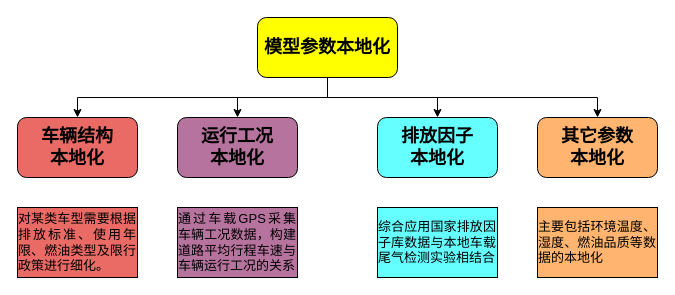
The draw.io diagram 模型参数本地化.drawio in WienWong/Misc, before the edit. Source tidied: cells renumbered, new cells numbered last; positions are measured from the earlier drawing's top-left corner, leaving out a move shared by most shapes. Both pictures are drawn from the tidied source at 100%, with x=0, y=0 at pixel (17, 17).
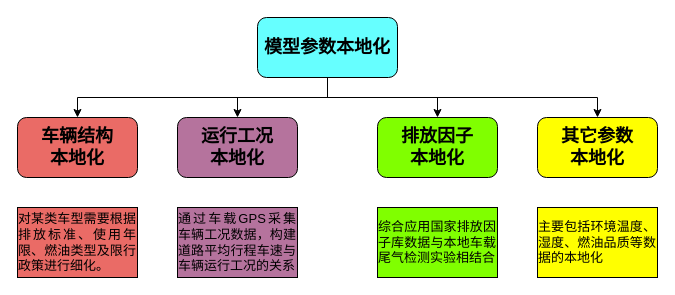
The same diagram, later.

Commit message (it also covers changes not shown here):
Update 模型参数本地化.drawio

The edit, as a diff of the source:
```diff
@@
 <mxGraphModel>
   <root>
     <mxCell id="0" />
     <mxCell id="1" parent="0" />
     <mxCell id="2" style="edgeStyle=orthogonalEdgeStyle;rounded=0;jettySize=auto;html=1;exitX=0.5;exitY=1;exitDx=0;exitDy=0;entryX=0.5;entryY=0;entryDx=0;entryDy=0;" parent="1" edge="1" source="6" target="7">
       <mxGeometry relative="1" as="geometry" />
     </mxCell>
     <mxCell id="3" style="edgeStyle=orthogonalEdgeStyle;rounded=0;jettySize=auto;html=1;exitX=0.5;exitY=1;exitDx=0;exitDy=0;entryX=0.5;entryY=0;entryDx=0;entryDy=0;" parent="1" edge="1" source="6" target="10">
       <mxGeometry relative="1" as="geometry" />
     </mxCell>
     <mxCell id="4" style="edgeStyle=orthogonalEdgeStyle;rounded=0;jettySize=auto;html=1;exitX=0.5;exitY=1;exitDx=0;exitDy=0;entryX=0.5;entryY=0;entryDx=0;entryDy=0;" parent="1" edge="1" source="6" target="9">
       <mxGeometry relative="1" as="geometry" />
     </mxCell>
     <mxCell id="5" style="edgeStyle=orthogonalEdgeStyle;rounded=0;jettySize=auto;html=1;exitX=0.5;exitY=1;exitDx=0;exitDy=0;entryX=0.5;entryY=0;entryDx=0;entryDy=0;" parent="1" edge="1" source="6" target="8">
       <mxGeometry relative="1" as="geometry" />
     </mxCell>
-    <mxCell id="6" value="&lt;b&gt;&lt;font style=&quot;font-size: 18px&quot;&gt;模型参数本地化&lt;/font&gt;&lt;/b&gt;" style="rounded=1;whiteSpace=wrap;html=1;fillColor=#FFFF00;" parent="1" vertex="1">
+    <mxCell id="6" value="&lt;b&gt;&lt;font style=&quot;font-size: 18px&quot;&gt;模型参数本地化&lt;/font&gt;&lt;/b&gt;" style="rounded=1;whiteSpace=wrap;html=1;fillColor=#66FFFF;" parent="1" vertex="1">
       <mxGeometry x="240" width="140" height="60" as="geometry" />
     </mxCell>
     <mxCell id="7" value="&lt;font style=&quot;font-size: 18px&quot;&gt;&lt;b&gt;车辆结构&lt;br&gt;本地化&lt;/b&gt;&lt;/font&gt;" style="rounded=1;whiteSpace=wrap;html=1;fillColor=#EA6B66;" parent="1" vertex="1">
       <mxGeometry y="100" width="120" height="60" as="geometry" />
     </mxCell>
     <mxCell id="8" value="&lt;font style=&quot;font-size: 18px&quot;&gt;&lt;b&gt;运行工况&lt;br&gt;本地化&lt;/b&gt;&lt;/font&gt;" style="rounded=1;whiteSpace=wrap;html=1;fillColor=#B5739D;" parent="1" vertex="1">
       <mxGeometry x="160" y="100" width="120" height="60" as="geometry" />
     </mxCell>
-    <mxCell id="9" value="&lt;font style=&quot;font-size: 18px&quot;&gt;&lt;b&gt;排放因子&lt;br&gt;本地化&lt;/b&gt;&lt;/font&gt;" style="rounded=1;whiteSpace=wrap;html=1;fillColor=#66FFFF;" parent="1" vertex="1">
+    <mxCell id="9" value="&lt;font style=&quot;font-size: 18px&quot;&gt;&lt;b&gt;排放因子&lt;br&gt;本地化&lt;/b&gt;&lt;/font&gt;" style="rounded=1;whiteSpace=wrap;html=1;fillColor=#80FF00;" parent="1" vertex="1">
       <mxGeometry x="360" y="100" width="120" height="60" as="geometry" />
     </mxCell>
-    <mxCell id="10" value="&lt;font style=&quot;font-size: 18px&quot;&gt;&lt;b&gt;其它参数&lt;br&gt;本地化&lt;/b&gt;&lt;/font&gt;" style="rounded=1;whiteSpace=wrap;html=1;fillColor=#FFB570;" parent="1" vertex="1">
+    <mxCell id="10" value="&lt;font style=&quot;font-size: 18px&quot;&gt;&lt;b&gt;其它参数&lt;br&gt;本地化&lt;/b&gt;&lt;/font&gt;" style="rounded=1;whiteSpace=wrap;html=1;fillColor=#FFFF00;" parent="1" vertex="1">
       <mxGeometry x="520" y="100" width="120" height="60" as="geometry" />
     </mxCell>
-    <mxCell id="11" value="&lt;div style=&quot;text-align: justify&quot;&gt;&lt;span&gt;&lt;font style=&quot;font-size: 13px&quot;&gt;主要包括环境温度、湿度、燃油品质等数据的本地化&lt;/font&gt;&lt;/span&gt;&lt;/div&gt;" style="rounded=0;whiteSpace=wrap;html=1;fillColor=#FFB570;" parent="1" vertex="1">
+    <mxCell id="11" value="&lt;div style=&quot;text-align: justify&quot;&gt;&lt;span&gt;&lt;font style=&quot;font-size: 13px&quot;&gt;主要包括环境温度、湿度、燃油品质等数据的本地化&lt;/font&gt;&lt;/span&gt;&lt;/div&gt;" style="rounded=0;whiteSpace=wrap;html=1;fillColor=#FFFF00;" parent="1" vertex="1">
       <mxGeometry x="520" y="190" width="120" height="70" as="geometry" />
     </mxCell>
-    <mxCell id="12" value="&lt;div style=&quot;text-align: justify&quot;&gt;&lt;span&gt;&lt;font style=&quot;font-size: 13px&quot;&gt;综合应用国家排放因子库数据与本地车载尾气检测实验相结合&lt;/font&gt;&lt;/span&gt;&lt;/div&gt;" style="rounded=0;whiteSpace=wrap;html=1;fillColor=#66FFFF;" parent="1" vertex="1">
+    <mxCell id="12" value="&lt;div style=&quot;text-align: justify&quot;&gt;&lt;span&gt;&lt;font style=&quot;font-size: 13px&quot;&gt;综合应用国家排放因子库数据与本地车载尾气检测实验相结合&lt;/font&gt;&lt;/span&gt;&lt;/div&gt;" style="rounded=0;whiteSpace=wrap;html=1;fillColor=#80FF00;" parent="1" vertex="1">
       <mxGeometry x="360" y="190" width="120" height="70" as="geometry" />
     </mxCell>
     <mxCell id="13" value="&lt;div style=&quot;text-align: justify&quot;&gt;&lt;span&gt;&lt;font style=&quot;font-size: 13px&quot;&gt;通过车载GPS采集车辆工况数据，构建道路平均行程车速与车辆运行工况的关系&lt;/font&gt;&lt;/span&gt;&lt;/div&gt;" style="rounded=0;whiteSpace=wrap;html=1;fillColor=#B5739D;" parent="1" vertex="1">
       <mxGeometry x="160" y="190" width="120" height="70" as="geometry" />
     </mxCell>
     <mxCell id="14" value="&lt;div style=&quot;text-align: justify&quot;&gt;&lt;span&gt;对某类车型需要根据排放标准、使用年限、燃油类型及限行政策进行细化。&lt;/span&gt;&lt;/div&gt;" style="rounded=0;whiteSpace=wrap;html=1;fillColor=#EA6B66;fontSize=13;" parent="1" vertex="1">
       <mxGeometry y="190" width="120" height="70" as="geometry" />
     </mxCell>
   </root>
 </mxGraphModel>
```
